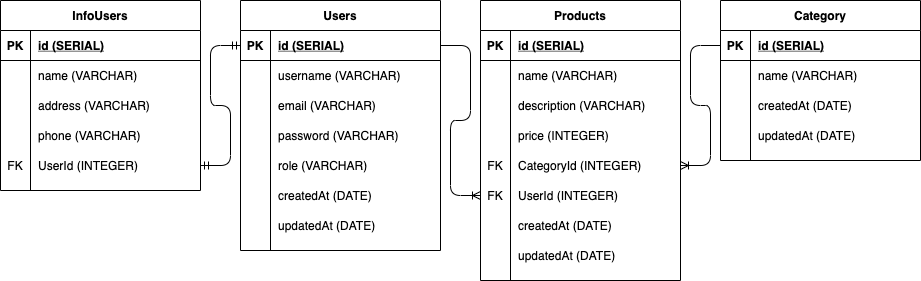
Before: schema.png, a diagram exported from draw.io (samuelmtthw/yamahal). Source tidied: cells renumbered, new cells last; positions are measured from the earlier drawing's top-left corner, leaving out a move shared by most shapes.
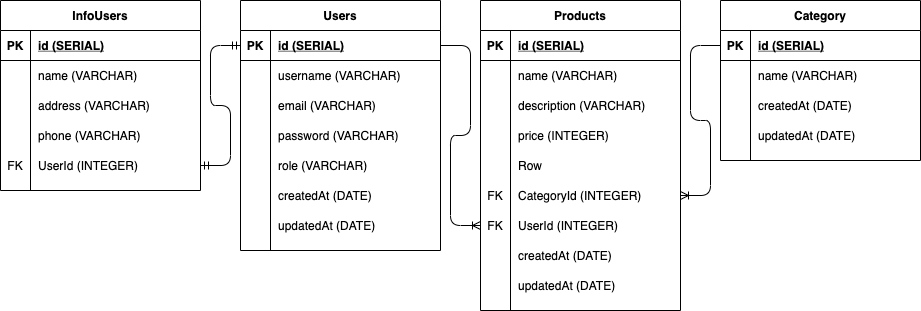
Above is the later version.

What changed in the source:
```diff
@@ -69,7 +69,7 @@
       <mxGeometry x="30" width="170" height="30" as="geometry" />
     </mxCell>
     <mxCell id="24" value="Products" style="shape=table;startSize=30;rowLines=0;fontStyle=1;align=center;" parent="1" vertex="1">
-      <mxGeometry x="480" width="200" height="280" as="geometry" />
+      <mxGeometry x="480" width="200" height="310" as="geometry" />
     </mxCell>
     <mxCell id="25" style="shape=partialRectangle;fillColor=none;top=0;left=0;bottom=1;right=0;" parent="24" vertex="1">
       <mxGeometry y="30" width="200" height="30" as="geometry" />
@@ -107,8 +107,17 @@
     <mxCell id="36" value="price (INTEGER)" style="shape=partialRectangle;fillColor=none;top=0;left=0;bottom=0;right=0;align=left;spacingLeft=6;overflow=hidden;" parent="34" vertex="1">
       <mxGeometry x="30" width="170" height="30" as="geometry" />
     </mxCell>
+    <mxCell id="81" style="shape=partialRectangle;fillColor=none;top=0;left=0;bottom=0;right=0;" parent="24" vertex="1">
+      <mxGeometry y="150" width="200" height="30" as="geometry" />
+    </mxCell>
+    <mxCell id="82" style="shape=partialRectangle;fillColor=none;top=0;left=0;bottom=0;right=0;overflow=hidden;" parent="81" vertex="1">
+      <mxGeometry width="30" height="30" as="geometry" />
+    </mxCell>
+    <mxCell id="83" value="Row" style="shape=partialRectangle;fillColor=none;top=0;left=0;bottom=0;right=0;align=left;spacingLeft=6;overflow=hidden;" parent="81" vertex="1">
+      <mxGeometry x="30" width="170" height="30" as="geometry" />
+    </mxCell>
     <mxCell id="37" style="shape=partialRectangle;fillColor=none;top=0;left=0;bottom=0;right=0;points=[[0,0.5],[1,0.5]];portConstraint=eastwest;" parent="24" vertex="1">
-      <mxGeometry y="150" width="200" height="30" as="geometry" />
+      <mxGeometry y="180" width="200" height="30" as="geometry" />
     </mxCell>
     <mxCell id="38" value="FK" style="shape=partialRectangle;fillColor=none;top=0;left=0;bottom=0;right=0;overflow=hidden;" parent="37" vertex="1">
       <mxGeometry width="30" height="30" as="geometry" />
@@ -117,7 +126,7 @@
       <mxGeometry x="30" width="170" height="30" as="geometry" />
     </mxCell>
     <mxCell id="40" style="shape=partialRectangle;fillColor=none;top=0;left=0;bottom=0;right=0;points=[[0,0.5],[1,0.5]];portConstraint=eastwest;" parent="24" vertex="1">
-      <mxGeometry y="180" width="200" height="30" as="geometry" />
+      <mxGeometry y="210" width="200" height="30" as="geometry" />
     </mxCell>
     <mxCell id="41" value="FK" style="shape=partialRectangle;fillColor=none;top=0;left=0;bottom=0;right=0;overflow=hidden;" parent="40" vertex="1">
       <mxGeometry width="30" height="30" as="geometry" />
@@ -126,7 +135,7 @@
       <mxGeometry x="30" width="170" height="30" as="geometry" />
     </mxCell>
     <mxCell id="43" style="shape=partialRectangle;fillColor=none;top=0;left=0;bottom=0;right=0;" parent="24" vertex="1">
-      <mxGeometry y="210" width="200" height="30" as="geometry" />
+      <mxGeometry y="240" width="200" height="30" as="geometry" />
     </mxCell>
     <mxCell id="44" style="shape=partialRectangle;fillColor=none;top=0;left=0;bottom=0;right=0;overflow=hidden;" parent="43" vertex="1">
       <mxGeometry width="30" height="30" as="geometry" />
@@ -135,7 +144,7 @@
       <mxGeometry x="30" width="170" height="30" as="geometry" />
     </mxCell>
     <mxCell id="46" style="shape=partialRectangle;fillColor=none;top=0;left=0;bottom=0;right=0;" parent="24" vertex="1">
-      <mxGeometry y="240" width="200" height="30" as="geometry" />
+      <mxGeometry y="270" width="200" height="30" as="geometry" />
     </mxCell>
     <mxCell id="47" style="shape=partialRectangle;fillColor=none;top=0;left=0;bottom=0;right=0;overflow=hidden;" parent="46" vertex="1">
       <mxGeometry width="30" height="30" as="geometry" />
```
